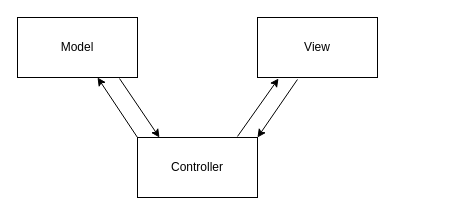
schattenbrot/draw-io keeps this draw.io diagram as mvc.drawio. Above is the earlier version. Source tidied: cells renumbered, new cells numbered last; positions are measured from the earlier drawing's top-left corner, leaving out a move shared by most shapes. Both pictures are drawn from the tidied source at 100%, with x=0, y=0 at pixel (17, 17).
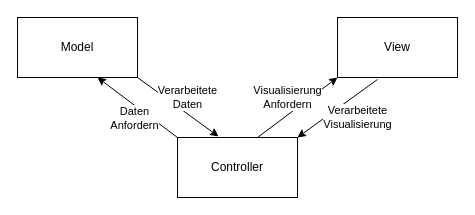
The same diagram, later.

Diff of the diagram source:
```diff
@@
 <mxGraphModel>
   <root>
     <mxCell id="0" />
     <mxCell id="1" parent="0" />
     <mxCell id="2" value="Model" style="rounded=0;whiteSpace=wrap;html=1;" parent="1" vertex="1">
       <mxGeometry width="120" height="60" as="geometry" />
     </mxCell>
     <mxCell id="3" value="Controller" style="rounded=0;whiteSpace=wrap;html=1;" parent="1" vertex="1">
-      <mxGeometry x="120" y="120" width="120" height="60" as="geometry" />
+      <mxGeometry x="160" y="120" width="120" height="60" as="geometry" />
     </mxCell>
     <mxCell id="4" value="View" style="rounded=0;whiteSpace=wrap;html=1;" parent="1" vertex="1">
-      <mxGeometry x="240" width="120" height="60" as="geometry" />
+      <mxGeometry x="320" width="120" height="60" as="geometry" />
     </mxCell>
     <mxCell id="5" style="endArrow=classic;html=1;rounded=0;exitX=0;exitY=0;exitDx=0;exitDy=0;entryX=0.667;entryY=1;entryDx=0;entryDy=0;entryPerimeter=0;" parent="1" edge="1" source="3" target="2">
       <mxGeometry relative="1" as="geometry" />
     </mxCell>
+    <mxCell id="9" value="&lt;div&gt;Daten&lt;/div&gt;&lt;div&gt;Anfordern&lt;/div&gt;" style="edgeLabel;html=1;align=center;verticalAlign=middle;" parent="5" vertex="1">
+      <mxGeometry x="-0.34" relative="1" as="geometry">
+        <mxPoint x="-17" as="offset" />
+      </mxGeometry>
+    </mxCell>
-    <mxCell id="6" style="endArrow=classic;html=1;rounded=0;exitX=0.333;exitY=1.033;exitDx=0;exitDy=0;exitPerimeter=0;entryX=1;entryY=0;entryDx=0;entryDy=0;" parent="1" edge="1" source="4" target="3">
-      <mxGeometry relative="1" as="geometry" />
+    <mxCell id="6" value="Verarbeitete&lt;br&gt;Visualisierung" style="endArrow=classic;html=1;rounded=0;exitX=0.333;exitY=1.033;exitDx=0;exitDy=0;exitPerimeter=0;entryX=1;entryY=0;entryDx=0;entryDy=0;" parent="1" edge="1" source="4" target="3">
+      <mxGeometry x="-0.22" y="19" relative="1" as="geometry" />
     </mxCell>
-    <mxCell id="7" style="endArrow=classic;html=1;rounded=0;entryX=0.183;entryY=0;entryDx=0;entryDy=0;exitX=0.85;exitY=1.017;exitDx=0;exitDy=0;exitPerimeter=0;entryPerimeter=0;" parent="1" edge="1" source="2" target="3">
+    <mxCell id="7" style="endArrow=classic;html=1;rounded=0;entryX=0.342;entryY=-0.017;entryDx=0;entryDy=0;exitX=1;exitY=1;exitDx=0;exitDy=0;entryPerimeter=0;" parent="1" edge="1" source="2" target="3">
       <mxGeometry relative="1" as="geometry" />
     </mxCell>
+    <mxCell id="10" value="Verarbeitete&lt;br&gt;Daten" style="edgeLabel;html=1;align=center;verticalAlign=middle;" parent="7" vertex="1">
+      <mxGeometry x="0.38" y="3" relative="1" as="geometry">
+        <mxPoint x="-8" y="-19" as="offset" />
+      </mxGeometry>
+    </mxCell>
-    <mxCell id="8" style="endArrow=classic;html=1;rounded=0;exitX=0.833;exitY=-0.017;exitDx=0;exitDy=0;exitPerimeter=0;entryX=0.175;entryY=1.017;entryDx=0;entryDy=0;entryPerimeter=0;" parent="1" edge="1" source="3" target="4">
-      <mxGeometry relative="1" as="geometry" />
+    <mxCell id="8" value="Visualisierung&lt;br&gt;Anfordern" style="endArrow=classic;html=1;rounded=0;exitX=0.667;exitY=0;exitDx=0;exitDy=0;exitPerimeter=0;entryX=0;entryY=1;entryDx=0;entryDy=0;" parent="1" edge="1" source="3" target="4">
+      <mxGeometry x="-0.04" y="14" relative="1" as="geometry" />
     </mxCell>
   </root>
 </mxGraphModel>
```
